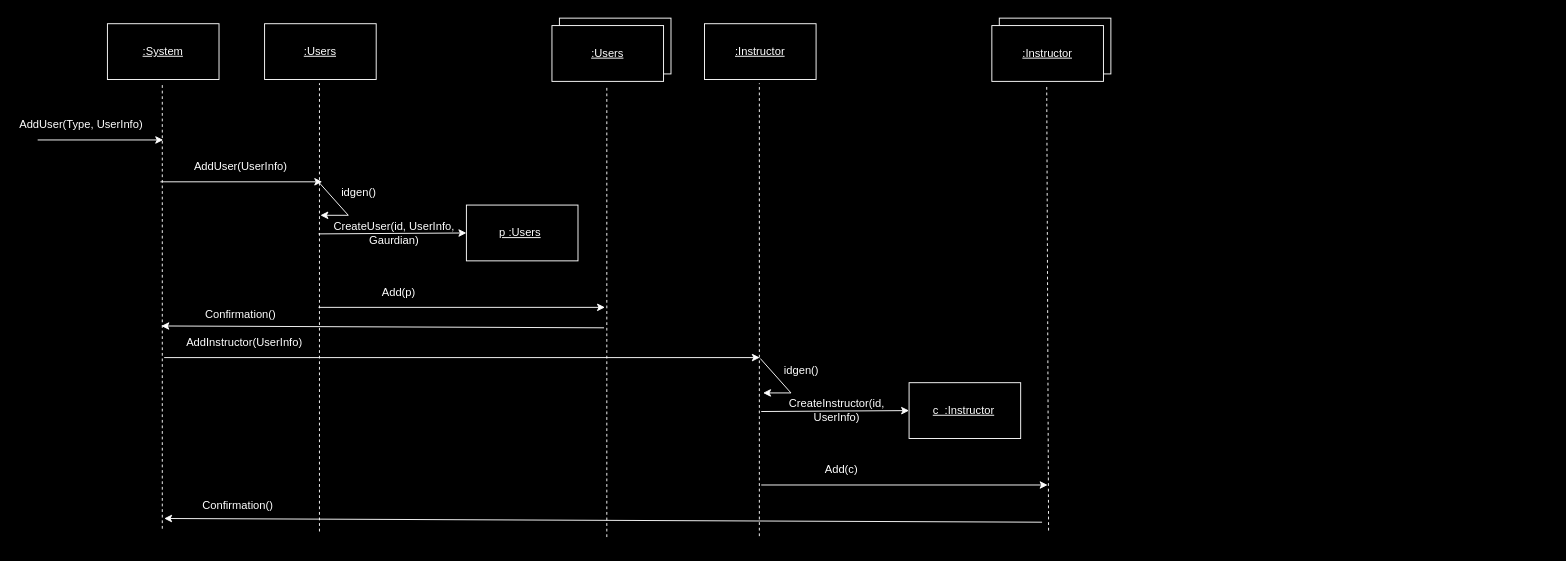
Before: ssAdd_user.drawio in matdavid7272/342project, a draw.io diagram. Source tidied: cells renumbered, new cells numbered last; positions are measured from the earlier drawing's top-left corner, leaving out a move shared by most shapes. Both pictures are drawn from the tidied source at 93%, with x=0, y=0 at pixel (16, 18).
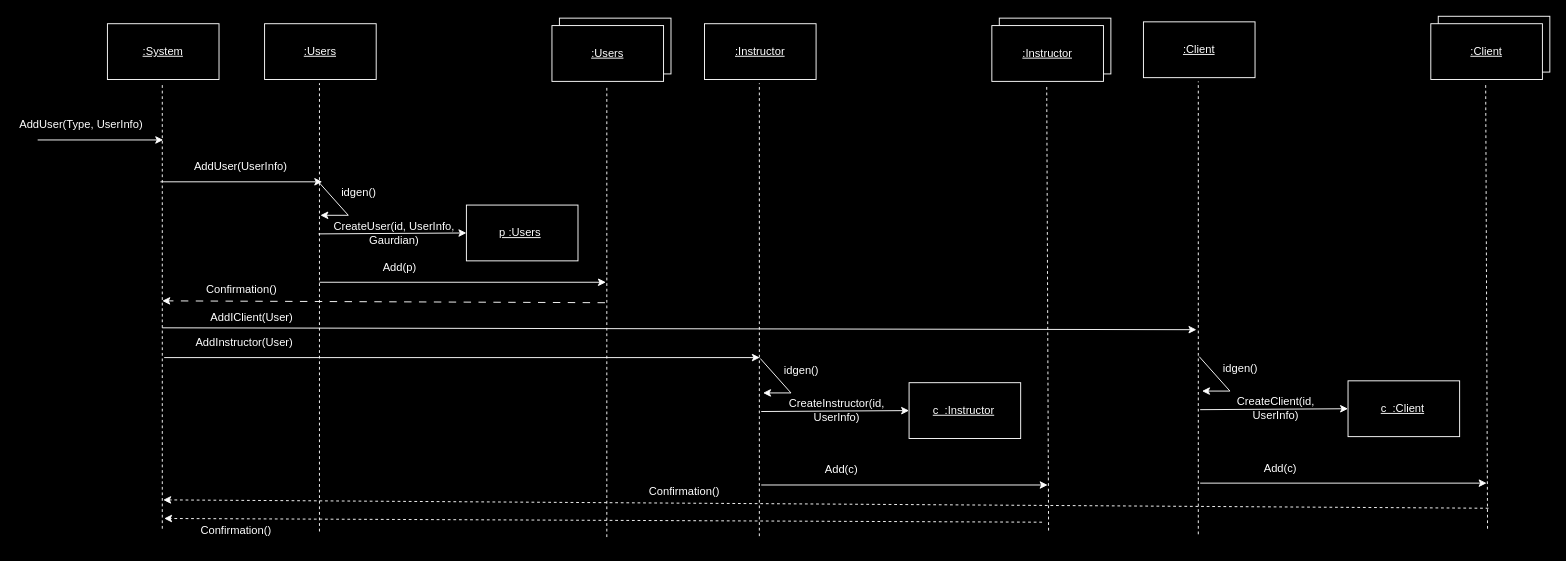
The same diagram, later.

Diff of the diagram source:
```diff
@@
     <mxCell id="20" style="endArrow=classic;html=1;rounded=0;strokeColor=#FFFFFF;" parent="1" edge="1">
       <mxGeometry relative="1" as="geometry">
-        <mxPoint x="325" y="311" as="sourcePoint" />
-        <mxPoint x="633" y="311" as="targetPoint" />
+        <mxPoint x="326" y="284" as="sourcePoint" />
+        <mxPoint x="634" y="284" as="targetPoint" />
       </mxGeometry>
     </mxCell>
     <mxCell id="21" value="&lt;font color=&quot;#ffffff&quot;&gt;Add(p)&lt;/font&gt;" style="text;html=1;align=center;verticalAlign=middle;whiteSpace=wrap;rounded=0;" parent="1" vertex="1">
-      <mxGeometry x="344" y="280" width="135" height="30" as="geometry" />
+      <mxGeometry x="345" y="253" width="135" height="30" as="geometry" />
     </mxCell>
@@
-    <mxCell id="26" value="&lt;font color=&quot;#ffffff&quot;&gt;AddInstructor(UserInfo)&lt;/font&gt;" style="text;html=1;align=center;verticalAlign=middle;whiteSpace=wrap;rounded=0;" parent="1" vertex="1">
+    <mxCell id="26" value="&lt;font color=&quot;#ffffff&quot;&gt;AddInstructor(User)&lt;/font&gt;" style="text;html=1;align=center;verticalAlign=middle;whiteSpace=wrap;rounded=0;" parent="1" vertex="1">
       <mxGeometry x="178" y="334" width="135" height="30" as="geometry" />
     </mxCell>
@@
-    <mxCell id="42" style="endArrow=classic;html=1;rounded=0;strokeColor=#FFFFFF;" parent="1" edge="1">
+    <mxCell id="42" style="endArrow=classic;html=1;rounded=0;strokeColor=#FFFFFF;dashed=1;dashPattern=8 8;" parent="1" edge="1">
       <mxGeometry relative="1" as="geometry">
-        <mxPoint x="632" y="333" as="sourcePoint" />
-        <mxPoint x="156" y="331" as="targetPoint" />
+        <mxPoint x="633" y="306" as="sourcePoint" />
+        <mxPoint x="157" y="304" as="targetPoint" />
       </mxGeometry>
     </mxCell>
     <mxCell id="43" value="&lt;font color=&quot;#ffffff&quot;&gt;Confirmation()&lt;/font&gt;" style="text;html=1;align=center;verticalAlign=middle;whiteSpace=wrap;rounded=0;" parent="1" vertex="1">
-      <mxGeometry x="174" y="304" width="135" height="30" as="geometry" />
+      <mxGeometry x="175" y="277" width="135" height="30" as="geometry" />
     </mxCell>
-    <mxCell id="44" style="endArrow=classic;html=1;rounded=0;strokeColor=#FFFFFF;" parent="1" edge="1">
+    <mxCell id="44" style="endArrow=classic;html=1;rounded=0;strokeColor=#FFFFFF;dashed=1;" parent="1" edge="1">
       <mxGeometry relative="1" as="geometry">
         <mxPoint x="1103" y="542" as="sourcePoint" />
         <mxPoint x="159" y="538" as="targetPoint" />
       </mxGeometry>
     </mxCell>
     <mxCell id="45" value="&lt;font color=&quot;#ffffff&quot;&gt;Confirmation()&lt;/font&gt;" style="text;html=1;align=center;verticalAlign=middle;whiteSpace=wrap;rounded=0;" parent="1" vertex="1">
-      <mxGeometry x="171" y="509" width="135" height="30" as="geometry" />
+      <mxGeometry x="169" y="536" width="135" height="30" as="geometry" />
     </mxCell>
+    <mxCell id="46" style="rounded=0;whiteSpace=wrap;html=1;fillColor=#000000;strokeColor=#FFFFFF;" parent="1" vertex="1">
+      <mxGeometry x="1529" y="-2" width="120" height="60" as="geometry" />
+    </mxCell>
+    <mxCell id="47" style="endArrow=none;dashed=1;html=1;rounded=0;strokeColor=#FFFFFF;" parent="1" edge="1">
+      <mxGeometry relative="1" as="geometry">
+        <mxPoint x="1271" y="555" as="sourcePoint" />
+        <mxPoint x="1271" y="68" as="targetPoint" />
+      </mxGeometry>
+    </mxCell>
+    <mxCell id="48" style="rounded=0;whiteSpace=wrap;html=1;fillColor=#000000;strokeColor=#FFFFFF;" parent="1" vertex="1">
+      <mxGeometry x="1212" y="4" width="120" height="60" as="geometry" />
+    </mxCell>
+    <mxCell id="49" value="&lt;font color=&quot;#ffffff&quot;&gt;&lt;u&gt;:Client&lt;/u&gt;&lt;/font&gt;" style="text;html=1;align=center;verticalAlign=middle;whiteSpace=wrap;rounded=0;" parent="1" vertex="1">
+      <mxGeometry x="1242" y="19" width="60" height="30" as="geometry" />
+    </mxCell>
+    <mxCell id="50" style="endArrow=classic;html=1;rounded=0;strokeColor=#FFFFFF;" parent="1" edge="1">
+      <mxGeometry relative="1" as="geometry">
+        <mxPoint x="1272" y="364" as="sourcePoint" />
+        <mxPoint x="1275" y="401" as="targetPoint" />
+        <Array as="points">
+          <mxPoint x="1305" y="401" />
+        </Array>
+      </mxGeometry>
+    </mxCell>
+    <mxCell id="51" value="&lt;font color=&quot;#ffffff&quot;&gt;idgen()&lt;/font&gt;" style="text;html=1;align=center;verticalAlign=middle;whiteSpace=wrap;rounded=0;" parent="1" vertex="1">
+      <mxGeometry x="1249" y="362" width="135" height="30" as="geometry" />
+    </mxCell>
+    <mxCell id="52" style="endArrow=classic;html=1;rounded=0;strokeColor=#FFFFFF;entryX=0;entryY=0.5;entryDx=0;entryDy=0;" parent="1" edge="1" target="53">
+      <mxGeometry relative="1" as="geometry">
+        <mxPoint x="1273" y="421" as="sourcePoint" />
+      </mxGeometry>
+    </mxCell>
+    <mxCell id="53" style="rounded=0;whiteSpace=wrap;html=1;fillColor=#000000;strokeColor=#FFFFFF;" parent="1" vertex="1">
+      <mxGeometry x="1432" y="390" width="120" height="60" as="geometry" />
+    </mxCell>
+    <mxCell id="54" value="&lt;font color=&quot;#ffffff&quot;&gt;&lt;u&gt;c&amp;nbsp; :Client&lt;/u&gt;&lt;/font&gt;" style="text;html=1;align=center;verticalAlign=middle;whiteSpace=wrap;rounded=0;" parent="1" vertex="1">
+      <mxGeometry x="1456" y="405" width="70" height="30" as="geometry" />
+    </mxCell>
+    <mxCell id="55" value="&lt;font color=&quot;#ffffff&quot;&gt;CreateClient(id, UserInfo)&lt;/font&gt;" style="text;html=1;align=center;verticalAlign=middle;whiteSpace=wrap;rounded=0;" parent="1" vertex="1">
+      <mxGeometry x="1287" y="405" width="135" height="30" as="geometry" />
+    </mxCell>
+    <mxCell id="56" style="endArrow=classic;html=1;rounded=0;strokeColor=#FFFFFF;" parent="1" edge="1">
+      <mxGeometry relative="1" as="geometry">
+        <mxPoint x="1273" y="500" as="sourcePoint" />
+        <mxPoint x="1581" y="500" as="targetPoint" />
+      </mxGeometry>
+    </mxCell>
+    <mxCell id="57" value="&lt;font color=&quot;#ffffff&quot;&gt;Add(c)&lt;/font&gt;" style="text;html=1;align=center;verticalAlign=middle;whiteSpace=wrap;rounded=0;" parent="1" vertex="1">
+      <mxGeometry x="1292" y="469" width="135" height="30" as="geometry" />
+    </mxCell>
+    <mxCell id="58" style="endArrow=none;dashed=1;html=1;rounded=0;strokeColor=#FFFFFF;" parent="1" edge="1">
+      <mxGeometry relative="1" as="geometry">
+        <mxPoint x="1582" y="549" as="sourcePoint" />
+        <mxPoint x="1580" y="70" as="targetPoint" />
+      </mxGeometry>
+    </mxCell>
+    <mxCell id="59" style="rounded=0;whiteSpace=wrap;html=1;fillColor=#000000;strokeColor=#FFFFFF;" parent="1" vertex="1">
+      <mxGeometry x="1521" y="6" width="120" height="60" as="geometry" />
+    </mxCell>
+    <mxCell id="60" value="&lt;font color=&quot;#ffffff&quot;&gt;&lt;u&gt;:Client&lt;/u&gt;&lt;/font&gt;" style="text;html=1;align=center;verticalAlign=middle;whiteSpace=wrap;rounded=0;" parent="1" vertex="1">
+      <mxGeometry x="1551" y="21" width="60" height="30" as="geometry" />
+    </mxCell>
+    <mxCell id="61" style="endArrow=classic;html=1;rounded=0;strokeColor=#FFFFFF;" parent="1" edge="1">
+      <mxGeometry relative="1" as="geometry">
+        <mxPoint x="157" y="333" as="sourcePoint" />
+        <mxPoint x="1269" y="335" as="targetPoint" />
+      </mxGeometry>
+    </mxCell>
+    <mxCell id="62" value="&lt;font color=&quot;#ffffff&quot;&gt;AddIClient(User)&lt;/font&gt;" style="text;html=1;align=center;verticalAlign=middle;whiteSpace=wrap;rounded=0;" parent="1" vertex="1">
+      <mxGeometry x="186" y="307" width="135" height="30" as="geometry" />
+    </mxCell>
+    <mxCell id="63" style="endArrow=classic;html=1;rounded=0;strokeColor=#FFFFFF;dashed=1;" parent="1" edge="1">
+      <mxGeometry relative="1" as="geometry">
+        <mxPoint x="1583" y="527" as="sourcePoint" />
+        <mxPoint x="158" y="518" as="targetPoint" />
+      </mxGeometry>
+    </mxCell>
+    <mxCell id="64" value="&lt;font color=&quot;#ffffff&quot;&gt;Confirmation()&lt;/font&gt;" style="text;html=1;align=center;verticalAlign=middle;whiteSpace=wrap;rounded=0;" parent="1" vertex="1">
+      <mxGeometry x="651" y="494" width="135" height="30" as="geometry" />
+    </mxCell>
```
